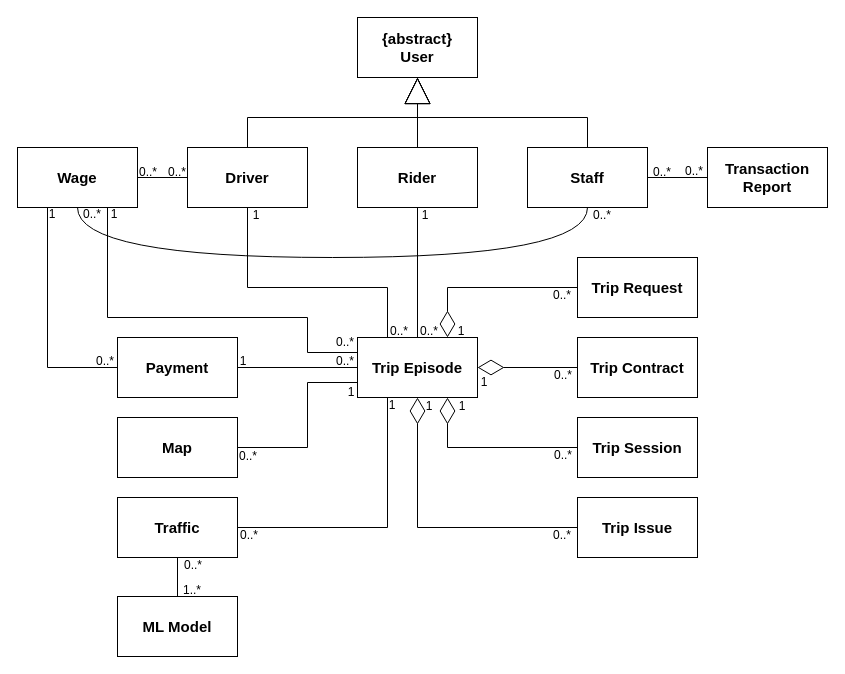
This is page "Page-3" (5 of 14) of diagram.drawio from mypark3424/AbstractFactoryChallenge, a draw.io file, before an edit. Source tidied: cells renumbered, new cells numbered last; positions are measured from the earlier drawing's top-left corner, leaving out a move shared by most shapes. Both pictures are drawn from the tidied source at 100%, with x=0, y=0 at pixel (17, 17).
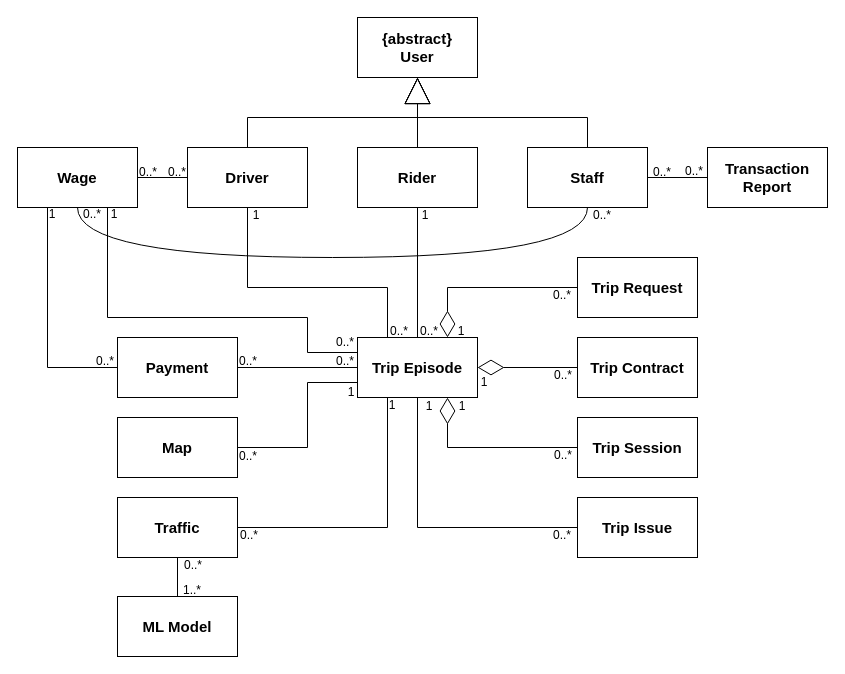
After the change.

Unchanged cells that the change refers to:
```xml
<mxCell id="17" value="Trip Episode" style="rounded=0;whiteSpace=wrap;html=1;fontStyle=1;fontSize=15;" parent="1" vertex="1">
  <mxGeometry x="340" y="320" width="120" height="60" as="geometry" />
</mxCell>
<mxCell id="23" value="Trip Issue" style="rounded=0;whiteSpace=wrap;html=1;fontStyle=1;fontSize=15;" parent="1" vertex="1">
  <mxGeometry x="560" y="480" width="120" height="60" as="geometry" />
</mxCell>
```

What changed in the source:
```diff
@@
-    <mxCell id="28" style="endArrow=diamondThin;endFill=0;endSize=24;html=1;rounded=0;entryX=0.5;entryY=1;entryDx=0;entryDy=0;exitX=0;exitY=0.5;exitDx=0;exitDy=0;edgeStyle=orthogonalEdgeStyle;" parent="1" edge="1" source="23" target="17">
+    <mxCell id="28" style="endArrow=none;endFill=0;endSize=24;html=1;rounded=0;entryX=0.5;entryY=1;entryDx=0;entryDy=0;exitX=0;exitY=0.5;exitDx=0;exitDy=0;edgeStyle=orthogonalEdgeStyle;" parent="1" edge="1" source="23" target="17">
       <mxGeometry relative="1" as="geometry" />
     </mxCell>
@@
-    <mxCell id="46" value="1" style="text;html=1;strokeColor=none;fillColor=none;align=center;verticalAlign=middle;whiteSpace=wrap;rounded=0;" parent="1" vertex="1">
-      <mxGeometry x="211" y="339" width="30" height="10" as="geometry" />
+    <mxCell id="46" value="0..*" style="text;html=1;strokeColor=none;fillColor=none;align=center;verticalAlign=middle;whiteSpace=wrap;rounded=0;" parent="1" vertex="1">
+      <mxGeometry x="216" y="339" width="30" height="10" as="geometry" />
     </mxCell>
```
